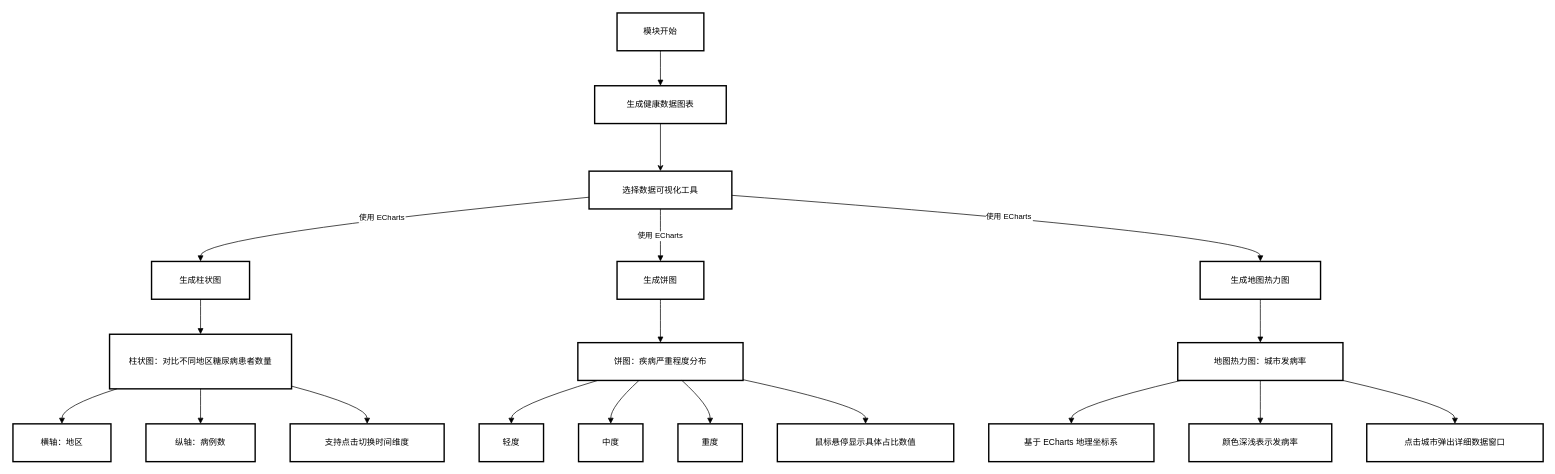
Earlier version of the draw.io diagram 架构图/111.drawio (my-private-codes/draw.io). Source tidied: cells renumbered, new cells numbered last; positions are measured from the earlier drawing's top-left corner, leaving out a move shared by most shapes. Both pictures are drawn from the tidied source at 70%, with x=0, y=0 at pixel (13, 13).
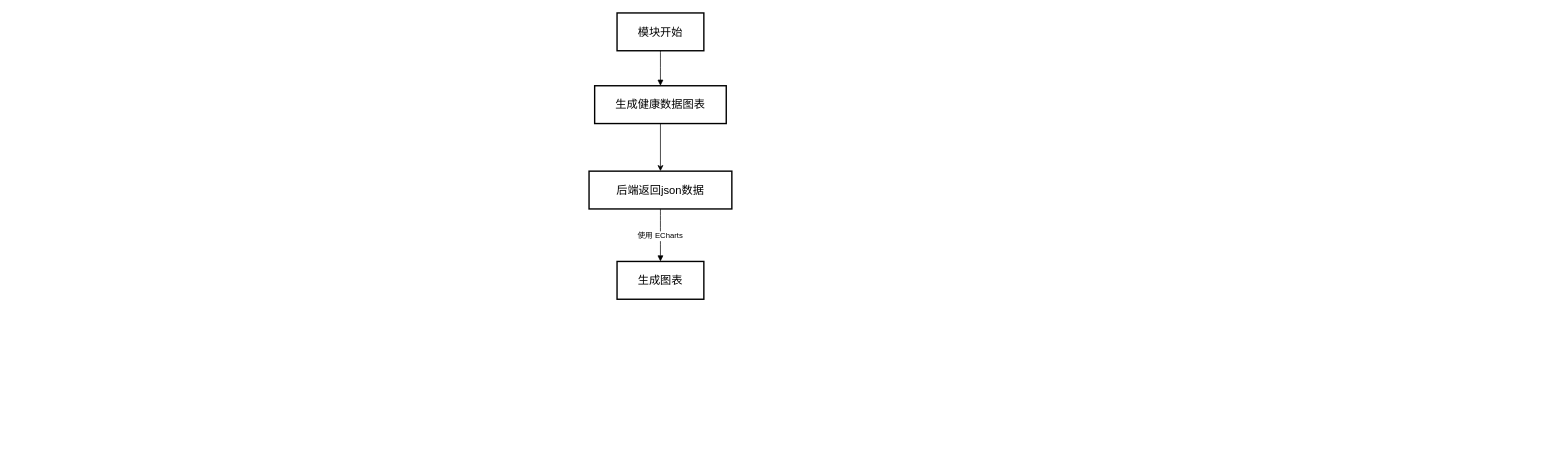
The same page after the edit.

The edit, as a diff of the source:
```diff
@@
-    <mxCell id="2" value="模块开始" style="whiteSpace=wrap;strokeWidth=2;" parent="1" vertex="1">
+    <mxCell id="2" value="模块开始" style="whiteSpace=wrap;strokeWidth=2;fontFamily=宋体;fontSize=16;" parent="1" vertex="1">
       <mxGeometry x="863" width="124" height="54" as="geometry" />
     </mxCell>
@@
-    <mxCell id="4" value="生成健康数据图表" style="whiteSpace=wrap;strokeWidth=2;" parent="1" vertex="1">
+    <mxCell id="4" value="生成健康数据图表" style="whiteSpace=wrap;strokeWidth=2;fontFamily=宋体;fontSize=16;" parent="1" vertex="1">
       <mxGeometry x="831" y="104" width="188" height="54" as="geometry" />
     </mxCell>
-    <mxCell id="5" value="选择数据可视化工具" style="whiteSpace=wrap;strokeWidth=2;" parent="1" vertex="1">
+    <mxCell id="5" value="后端返回json数据" style="whiteSpace=wrap;strokeWidth=2;fontFamily=宋体;fontSize=16;" parent="1" vertex="1">
       <mxGeometry x="823" y="226" width="204" height="54" as="geometry" />
     </mxCell>
-    <mxCell id="6" value="生成柱状图" style="whiteSpace=wrap;strokeWidth=2;" parent="1" vertex="1">
-      <mxGeometry x="198" y="355" width="140" height="54" as="geometry" />
-    </mxCell>
-    <mxCell id="7" value="生成饼图" style="whiteSpace=wrap;strokeWidth=2;" parent="1" vertex="1">
+    <mxCell id="7" value="生成图表" style="whiteSpace=wrap;strokeWidth=2;fontFamily=宋体;fontSize=16;" parent="1" vertex="1">
       <mxGeometry x="863" y="355" width="124" height="54" as="geometry" />
     </mxCell>
-    <mxCell id="8" value="生成地图热力图" style="whiteSpace=wrap;strokeWidth=2;" parent="1" vertex="1">
-      <mxGeometry x="1696" y="355" width="172" height="54" as="geometry" />
-    </mxCell>
-    <mxCell id="9" value="柱状图：对比不同地区糖尿病患者数量" style="whiteSpace=wrap;strokeWidth=2;" parent="1" vertex="1">
-      <mxGeometry x="138" y="459" width="260" height="78" as="geometry" />
-    </mxCell>
-    <mxCell id="10" value="横轴：地区" style="whiteSpace=wrap;strokeWidth=2;" parent="1" vertex="1">
-      <mxGeometry y="587" width="140" height="54" as="geometry" />
-    </mxCell>
-    <mxCell id="11" value="纵轴：病例数" style="whiteSpace=wrap;strokeWidth=2;" parent="1" vertex="1">
-      <mxGeometry x="190" y="587" width="156" height="54" as="geometry" />
-    </mxCell>
-    <mxCell id="12" value="支持点击切换时间维度" style="whiteSpace=wrap;strokeWidth=2;" parent="1" vertex="1">
-      <mxGeometry x="396" y="587" width="220" height="54" as="geometry" />
-    </mxCell>
-    <mxCell id="13" value="饼图：疾病严重程度分布" style="whiteSpace=wrap;strokeWidth=2;" parent="1" vertex="1">
-      <mxGeometry x="807" y="471" width="236" height="54" as="geometry" />
-    </mxCell>
-    <mxCell id="14" value="轻度" style="whiteSpace=wrap;strokeWidth=2;" parent="1" vertex="1">
-      <mxGeometry x="666" y="587" width="92" height="54" as="geometry" />
-    </mxCell>
-    <mxCell id="15" value="中度" style="whiteSpace=wrap;strokeWidth=2;" parent="1" vertex="1">
-      <mxGeometry x="808" y="587" width="92" height="54" as="geometry" />
-    </mxCell>
-    <mxCell id="16" value="重度" style="whiteSpace=wrap;strokeWidth=2;" parent="1" vertex="1">
-      <mxGeometry x="950" y="587" width="92" height="54" as="geometry" />
-    </mxCell>
-    <mxCell id="17" value="鼠标悬停显示具体占比数值" style="whiteSpace=wrap;strokeWidth=2;" parent="1" vertex="1">
-      <mxGeometry x="1092" y="587" width="252" height="54" as="geometry" />
-    </mxCell>
-    <mxCell id="18" value="地图热力图：城市发病率" style="whiteSpace=wrap;strokeWidth=2;" parent="1" vertex="1">
-      <mxGeometry x="1664" y="471" width="236" height="54" as="geometry" />
-    </mxCell>
-    <mxCell id="19" value="基于 ECharts 地理坐标系" style="whiteSpace=wrap;strokeWidth=2;" parent="1" vertex="1">
-      <mxGeometry x="1394" y="587" width="236" height="54" as="geometry" />
-    </mxCell>
-    <mxCell id="20" value="颜色深浅表示发病率" style="whiteSpace=wrap;strokeWidth=2;" parent="1" vertex="1">
-      <mxGeometry x="1680" y="587" width="204" height="54" as="geometry" />
-    </mxCell>
-    <mxCell id="21" value="点击城市弹出详细数据窗口" style="whiteSpace=wrap;strokeWidth=2;" parent="1" vertex="1">
-      <mxGeometry x="1934" y="587" width="252" height="54" as="geometry" />
-    </mxCell>
@@
-    <mxCell id="23" value="使用 ECharts" style="curved=1;startArrow=none;endArrow=block;exitX=0;exitY=0.69;entryX=0.5;entryY=0;" parent="1" edge="1" source="5" target="6">
-      <mxGeometry relative="1" as="geometry">
-        <Array as="points">
-          <mxPoint x="268" y="318" />
-        </Array>
-      </mxGeometry>
-    </mxCell>
-    <mxCell id="24" value="使用 ECharts" style="curved=1;startArrow=none;endArrow=block;exitX=0.5;exitY=1;entryX=0.5;entryY=0;" parent="1" edge="1" source="5" target="7">
+    <mxCell id="24" value="使用 ECharts" style="curved=1;startArrow=none;endArrow=block;exitX=0.5;exitY=1;entryX=0.5;entryY=0;fontFamily=宋体;" parent="1" edge="1" source="5" target="7">
       <mxGeometry relative="1" as="geometry" />
     </mxCell>
-    <mxCell id="25" value="使用 ECharts" style="curved=1;startArrow=none;endArrow=block;exitX=1;exitY=0.64;entryX=0.5;entryY=0;" parent="1" edge="1" source="5" target="8">
-      <mxGeometry relative="1" as="geometry">
-        <Array as="points">
-          <mxPoint x="1782" y="318" />
-        </Array>
-      </mxGeometry>
-    </mxCell>
-    <mxCell id="26" style="curved=1;startArrow=none;endArrow=block;exitX=0.5;exitY=1;entryX=0.5;entryY=0;" parent="1" edge="1" source="6" target="9">
-      <mxGeometry relative="1" as="geometry" />
-    </mxCell>
-    <mxCell id="27" style="curved=1;startArrow=none;endArrow=block;exitX=0.04;exitY=1;entryX=0.5;entryY=0;" parent="1" edge="1" source="9" target="10">
-      <mxGeometry relative="1" as="geometry">
-        <Array as="points">
-          <mxPoint x="70" y="562" />
-        </Array>
-      </mxGeometry>
-    </mxCell>
-    <mxCell id="28" style="curved=1;startArrow=none;endArrow=block;exitX=0.5;exitY=1;entryX=0.5;entryY=0;" parent="1" edge="1" source="9" target="11">
-      <mxGeometry relative="1" as="geometry" />
-    </mxCell>
-    <mxCell id="29" style="curved=1;startArrow=none;endArrow=block;exitX=1;exitY=0.95;entryX=0.5;entryY=0;" parent="1" edge="1" source="9" target="12">
-      <mxGeometry relative="1" as="geometry">
-        <Array as="points">
-          <mxPoint x="506" y="562" />
-        </Array>
-      </mxGeometry>
-    </mxCell>
-    <mxCell id="30" style="curved=1;startArrow=none;endArrow=block;exitX=0.5;exitY=1;entryX=0.5;entryY=0;" parent="1" edge="1" source="7" target="13">
-      <mxGeometry relative="1" as="geometry" />
-    </mxCell>
-    <mxCell id="31" style="curved=1;startArrow=none;endArrow=block;exitX=0.12;exitY=1;entryX=0.5;entryY=0;" parent="1" edge="1" source="13" target="14">
-      <mxGeometry relative="1" as="geometry">
-        <Array as="points">
-          <mxPoint x="712" y="562" />
-        </Array>
-      </mxGeometry>
-    </mxCell>
-    <mxCell id="32" style="curved=1;startArrow=none;endArrow=block;exitX=0.37;exitY=1;entryX=0.5;entryY=0;" parent="1" edge="1" source="13" target="15">
-      <mxGeometry relative="1" as="geometry">
-        <Array as="points">
-          <mxPoint x="854" y="562" />
-        </Array>
-      </mxGeometry>
-    </mxCell>
-    <mxCell id="33" style="curved=1;startArrow=none;endArrow=block;exitX=0.63;exitY=1;entryX=0.5;entryY=0;" parent="1" edge="1" source="13" target="16">
-      <mxGeometry relative="1" as="geometry">
-        <Array as="points">
-          <mxPoint x="996" y="562" />
-        </Array>
-      </mxGeometry>
-    </mxCell>
-    <mxCell id="34" style="curved=1;startArrow=none;endArrow=block;exitX=1;exitY=0.98;entryX=0.5;entryY=0;" parent="1" edge="1" source="13" target="17">
-      <mxGeometry relative="1" as="geometry">
-        <Array as="points">
-          <mxPoint x="1218" y="562" />
-        </Array>
-      </mxGeometry>
-    </mxCell>
-    <mxCell id="35" style="curved=1;startArrow=none;endArrow=block;exitX=0.5;exitY=1;entryX=0.5;entryY=0;" parent="1" edge="1" source="8" target="18">
-      <mxGeometry relative="1" as="geometry" />
-    </mxCell>
-    <mxCell id="36" style="curved=1;startArrow=none;endArrow=block;exitX=0.02;exitY=1;entryX=0.5;entryY=0;" parent="1" edge="1" source="18" target="19">
-      <mxGeometry relative="1" as="geometry">
-        <Array as="points">
-          <mxPoint x="1512" y="562" />
-        </Array>
-      </mxGeometry>
-    </mxCell>
-    <mxCell id="37" style="curved=1;startArrow=none;endArrow=block;exitX=0.5;exitY=1;entryX=0.5;entryY=0;" parent="1" edge="1" source="18" target="20">
-      <mxGeometry relative="1" as="geometry" />
-    </mxCell>
-    <mxCell id="38" style="curved=1;startArrow=none;endArrow=block;exitX=1;exitY=1;entryX=0.5;entryY=0;" parent="1" edge="1" source="18" target="21">
-      <mxGeometry relative="1" as="geometry">
-        <Array as="points">
-          <mxPoint x="2060" y="562" />
-        </Array>
-      </mxGeometry>
-    </mxCell>
```
